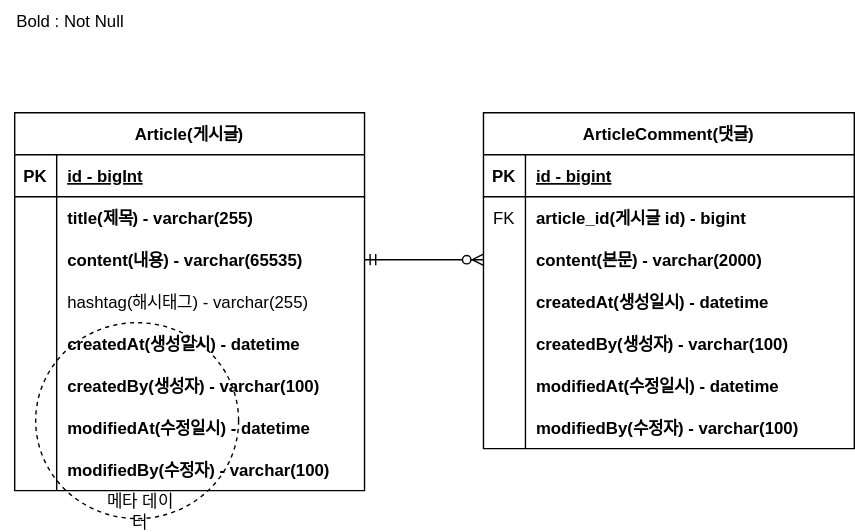
This is document/project-board-erd.svg from hhongyeahh/project-board, a draw.io export, as it was before one commit. Source tidied: cells renumbered, new cells last; positions are measured from the earlier drawing's top-left corner, leaving out a move shared by most shapes.
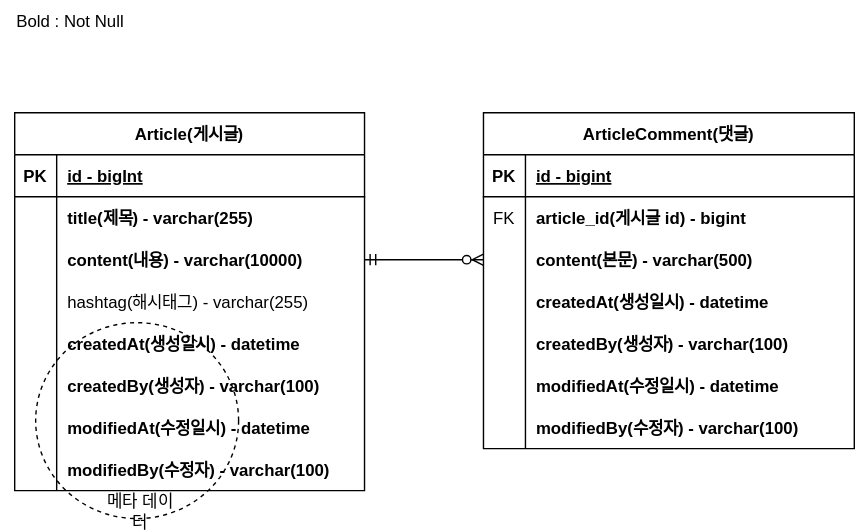
After the change.

Commit message:
#13-ERD 업데이트: content size 변경

What changed in the source:
```diff
@@ -29,7 +29,7 @@
     <mxCell id="10" style="shape=partialRectangle;overflow=hidden;fillColor=none;top=0;left=0;bottom=0;right=0;" parent="9" vertex="1">
       <mxGeometry width="30" height="30" as="geometry" />
     </mxCell>
-    <mxCell id="11" value="content(내용) - varchar(65535)" style="shape=partialRectangle;overflow=hidden;fillColor=none;top=0;left=0;bottom=0;right=0;align=left;spacingLeft=6;fontStyle=1;" parent="9" vertex="1">
+    <mxCell id="11" value="content(내용) - varchar(10000)" style="shape=partialRectangle;overflow=hidden;fillColor=none;top=0;left=0;bottom=0;right=0;align=left;spacingLeft=6;fontStyle=1;" parent="9" vertex="1">
       <mxGeometry x="30" width="220" height="30" as="geometry" />
     </mxCell>
     <mxCell id="12" style="shape=partialRectangle;fillColor=none;top=0;left=0;right=0;bottom=0;" parent="2" vertex="1">
@@ -104,7 +104,7 @@
     <mxCell id="35" style="shape=partialRectangle;overflow=hidden;fillColor=none;top=0;left=0;bottom=0;right=0;" parent="34" vertex="1">
       <mxGeometry width="30" height="30" as="geometry" />
     </mxCell>
-    <mxCell id="36" value="content(본문) - varchar(2000)" style="shape=partialRectangle;overflow=hidden;fillColor=none;top=0;left=0;bottom=0;right=0;align=left;spacingLeft=6;fontStyle=1;" parent="34" vertex="1">
+    <mxCell id="36" value="content(본문) - varchar(500)" style="shape=partialRectangle;overflow=hidden;fillColor=none;top=0;left=0;bottom=0;right=0;align=left;spacingLeft=6;fontStyle=1;" parent="34" vertex="1">
       <mxGeometry x="30" width="235" height="30" as="geometry" />
     </mxCell>
     <mxCell id="37" style="shape=partialRectangle;fillColor=none;top=0;left=0;right=0;bottom=0;" parent="27" vertex="1">
```
